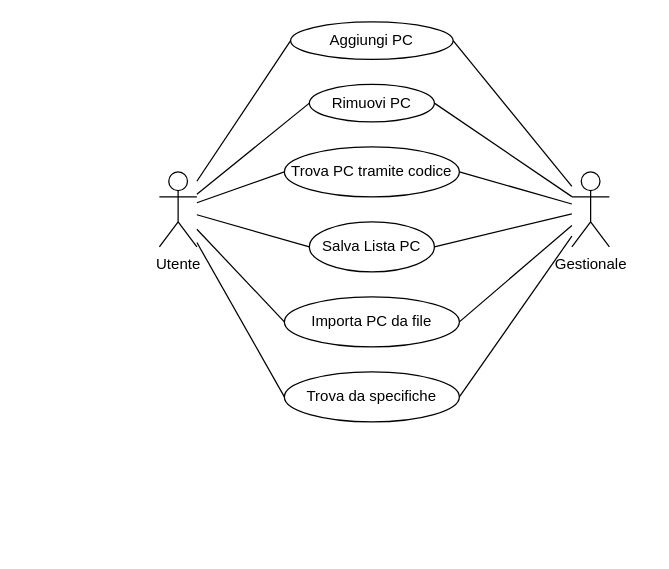
Above: Gestionale_UseCase.drawio in gifede/UML_21_10_2026 (draw.io), before the change. Source tidied: cells renumbered, new cells numbered last; positions are measured from the earlier drawing's top-left corner, leaving out a move shared by most shapes. Both pictures are drawn from the tidied source at 125%, with x=0, y=0 at pixel (159, 21).
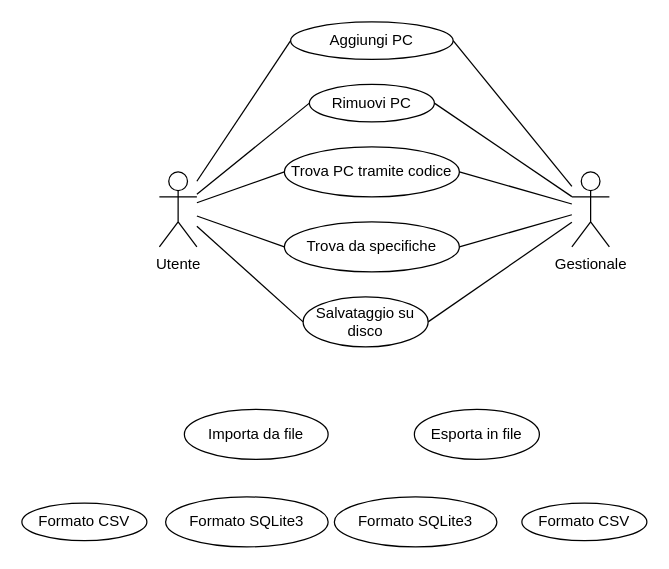
Above is the later version.

Unchanged cells that the change refers to:
```xml
<mxCell id="8" value="Gestionale" style="shape=umlActor;verticalLabelPosition=bottom;verticalAlign=top;html=1;" parent="1" vertex="1">
  <mxGeometry x="330" y="120" width="30" height="60" as="geometry" />
</mxCell>
<mxCell id="21" value="Utente" style="shape=umlActor;verticalLabelPosition=bottom;verticalAlign=top;html=1;" parent="1" vertex="1">
  <mxGeometry y="120" width="30" height="60" as="geometry" />
</mxCell>
```

Change to the diagram source:
```diff
@@
-    <mxCell id="6" style="edgeStyle=none;curved=1;rounded=0;curveGeometry=1;jettySize=auto;html=1;entryX=1;entryY=0.5;entryDx=0;entryDy=0;fontSize=12;startSize=8;endSize=8;endArrow=none;endFill=0;" parent="1" edge="1" source="8" target="10">
-      <mxGeometry relative="1" as="geometry" />
-    </mxCell>
@@
-    <mxCell id="10" value="Importa PC da file" style="ellipse;whiteSpace=wrap;html=1;" parent="1" vertex="1">
-      <mxGeometry x="100" y="220" width="140" height="40" as="geometry" />
-    </mxCell>
     <mxCell id="11" value="Trova da specifiche" style="ellipse;whiteSpace=wrap;html=1;" parent="1" vertex="1">
-      <mxGeometry x="100" y="280" width="140" height="40" as="geometry" />
+      <mxGeometry x="100" y="160" width="140" height="40" as="geometry" />
     </mxCell>
@@
-    <mxCell id="14" value="Salva Lista PC" style="ellipse;whiteSpace=wrap;html=1;" parent="1" vertex="1">
-      <mxGeometry x="120" y="160" width="100" height="40" as="geometry" />
+    <mxCell id="14" value="Salvataggio su disco" style="ellipse;whiteSpace=wrap;html=1;" parent="1" vertex="1">
+      <mxGeometry x="115" y="220" width="100" height="40" as="geometry" />
     </mxCell>
@@
-    <mxCell id="19" style="edgeStyle=none;curved=1;rounded=0;curveGeometry=1;jettySize=auto;html=1;entryX=0;entryY=0.5;entryDx=0;entryDy=0;fontSize=12;startSize=8;endSize=8;endArrow=none;endFill=0;" parent="1" edge="1" source="21" target="10">
-      <mxGeometry relative="1" as="geometry" />
-    </mxCell>
@@
+    <mxCell id="22" value="Importa da file" style="ellipse;whiteSpace=wrap;html=1;" parent="1" vertex="1">
+      <mxGeometry x="20" y="310" width="115" height="40" as="geometry" />
+    </mxCell>
+    <mxCell id="23" value="Formato CSV" style="ellipse;whiteSpace=wrap;html=1;" parent="1" vertex="1">
+      <mxGeometry x="290" y="385" width="100" height="30" as="geometry" />
+    </mxCell>
+    <mxCell id="24" value="Formato SQLite3" style="ellipse;whiteSpace=wrap;html=1;" parent="1" vertex="1">
+      <mxGeometry x="140" y="380" width="130" height="40" as="geometry" />
+    </mxCell>
+    <mxCell id="25" value="Esporta in file" style="ellipse;whiteSpace=wrap;html=1;" parent="1" vertex="1">
+      <mxGeometry x="204" y="310" width="100" height="40" as="geometry" />
+    </mxCell>
+    <mxCell id="26" value="Formato CSV" style="ellipse;whiteSpace=wrap;html=1;" parent="1" vertex="1">
+      <mxGeometry x="-110" y="385" width="100" height="30" as="geometry" />
+    </mxCell>
+    <mxCell id="27" value="Formato SQLite3" style="ellipse;whiteSpace=wrap;html=1;" parent="1" vertex="1">
+      <mxGeometry x="5" y="380" width="130" height="40" as="geometry" />
+    </mxCell>
```
